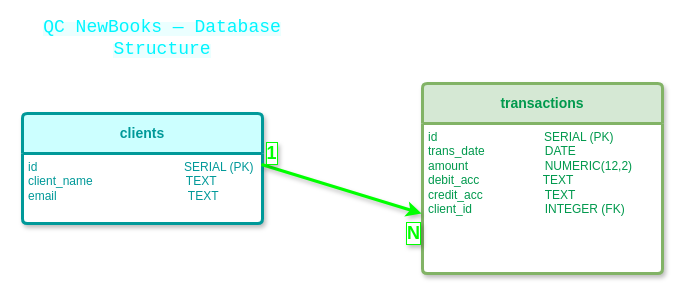
This is page "Part B — ERD" (2 of 2) of QC_NewBooks_Diagrams.drawio from Jen793/diagram-qc-new-books, a draw.io file, before an edit. Source tidied: cells renumbered, new cells numbered last; positions are measured from the earlier drawing's top-left corner, leaving out a move shared by most shapes. Both pictures are drawn from the tidied source at 100%, with x=0, y=0 at pixel (22, 23).
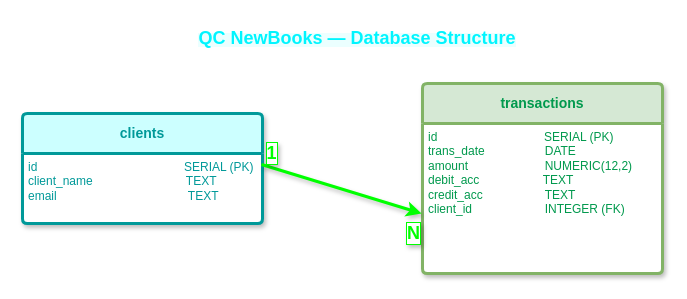
After the change.

Change to the diagram source:
```diff
@@
 <mxGraphModel>
   <root>
     <mxCell id="0" />
     <mxCell id="1" parent="0" />
-    <mxCell id="2" value="&lt;span style=&quot;color: rgb(0, 245, 255); font-family: &amp;quot;Share Tech Mono&amp;quot;, monospace; background-color: rgba(0, 245, 255, 0.08);&quot;&gt;&lt;font style=&quot;font-size: 18px;&quot;&gt;QC NewBooks — Database Structure&lt;/font&gt;&lt;/span&gt;" style="text;html=1;whiteSpace=wrap;strokeColor=none;fillColor=none;align=center;verticalAlign=middle;rounded=0;" parent="1" vertex="1">
-      <mxGeometry x="10" width="260" height="30" as="geometry" />
+    <mxCell id="2" value="&lt;span style=&quot;color: rgb(0, 245, 255); background-color: rgba(0, 245, 255, 0.08);&quot;&gt;&lt;font style=&quot;font-size: 18px;&quot; face=&quot;Helvetica&quot;&gt;&lt;b&gt;QC NewBooks — Database Structure&lt;/b&gt;&lt;/font&gt;&lt;/span&gt;" style="text;html=1;whiteSpace=wrap;strokeColor=none;fillColor=none;align=center;verticalAlign=middle;rounded=0;" parent="1" vertex="1">
+      <mxGeometry x="120" width="430" height="30" as="geometry" />
     </mxCell>
     <mxCell id="3" value="&lt;b&gt;&lt;font style=&quot;color: rgb(0, 153, 77);&quot;&gt;transactions&lt;/font&gt;&lt;/b&gt;" style="swimlane;horizontal=1;startSize=40;rounded=1;fontSize=14;fontStyle=0;strokeWidth=3;shadow=1;dashed=0;align=center;arcSize=4;whiteSpace=wrap;html=1;fillColor=#d5e8d4;strokeColor=#82b366;glass=0;swimlaneLine=1;gradientColor=none;swimlaneFillColor=light-dark(#FFFFFF,#EDEDED);" parent="1" vertex="1">
       <mxGeometry x="400" y="60" width="240" height="190" as="geometry" />
     </mxCell>
     <mxCell id="4" value="&lt;div&gt;&lt;font style=&quot;background-color: light-dark(#ffffff, var(--ge-dark-color, #121212)); color: rgb(0, 153, 77);&quot;&gt;id&amp;nbsp; &amp;nbsp; &amp;nbsp; &amp;nbsp; &amp;nbsp; &amp;nbsp; &amp;nbsp; &amp;nbsp; &amp;nbsp; &amp;nbsp; &amp;nbsp; &amp;nbsp; &amp;nbsp; &amp;nbsp; &amp;nbsp; &amp;nbsp; SERIAL (PK)&lt;/font&gt;&lt;/div&gt;&lt;div&gt;&lt;font style=&quot;background-color: light-dark(#ffffff, var(--ge-dark-color, #121212)); color: rgb(0, 153, 77);&quot;&gt;trans_date&amp;nbsp; &amp;nbsp; &amp;nbsp; &amp;nbsp; &amp;nbsp; &amp;nbsp; &amp;nbsp; &amp;nbsp; &amp;nbsp; DATE&lt;/font&gt;&lt;/div&gt;&lt;div&gt;&lt;font style=&quot;background-color: light-dark(#ffffff, var(--ge-dark-color, #121212)); color: rgb(0, 153, 77);&quot;&gt;amount&amp;nbsp; &amp;nbsp; &amp;nbsp; &amp;nbsp; &amp;nbsp; &amp;nbsp; &amp;nbsp; &amp;nbsp; &amp;nbsp; &amp;nbsp; &amp;nbsp; &amp;nbsp;NUMERIC(12,2)&lt;/font&gt;&lt;/div&gt;&lt;div&gt;&lt;font style=&quot;background-color: light-dark(#ffffff, var(--ge-dark-color, #121212)); color: rgb(0, 153, 77);&quot;&gt;debit_acc&amp;nbsp; &amp;nbsp; &amp;nbsp; &amp;nbsp; &amp;nbsp; &amp;nbsp; &amp;nbsp; &amp;nbsp; &amp;nbsp; &amp;nbsp;TEXT&lt;/font&gt;&lt;/div&gt;&lt;div&gt;&lt;font style=&quot;background-color: light-dark(#ffffff, var(--ge-dark-color, #121212)); color: rgb(0, 153, 77);&quot;&gt;credit_acc&amp;nbsp;&lt;span style=&quot;white-space: pre;&quot;&gt;&#9;&lt;/span&gt;&lt;span style=&quot;white-space: pre;&quot;&gt;&#9;&lt;/span&gt;&amp;nbsp; &amp;nbsp;TEXT&amp;nbsp;&lt;/font&gt;&lt;/div&gt;&lt;div&gt;&lt;font style=&quot;background-color: light-dark(#ffffff, var(--ge-dark-color, #121212)); color: rgb(0, 153, 77);&quot;&gt;client_id&lt;span style=&quot;white-space: pre;&quot;&gt;&#9;&lt;/span&gt;&lt;span style=&quot;white-space: pre;&quot;&gt;&#9;&lt;/span&gt;&lt;span style=&quot;white-space: pre;&quot;&gt;&#9;&lt;/span&gt;&amp;nbsp; &amp;nbsp;INTEGER (FK)&lt;/font&gt;&lt;/div&gt;" style="align=left;strokeColor=none;fillColor=none;spacingLeft=4;spacingRight=4;fontSize=12;verticalAlign=top;html=1;whiteSpace=wrap;" parent="3" vertex="1">
       <mxGeometry y="40" width="240" height="150" as="geometry" />
     </mxCell>
     <mxCell id="5" value="&lt;font style=&quot;color: rgb(0, 153, 153);&quot;&gt;&lt;b style=&quot;&quot;&gt;clients&lt;/b&gt;&lt;/font&gt;" style="swimlane;horizontal=1;startSize=40;rounded=1;fontSize=14;fontStyle=0;strokeWidth=3;shadow=1;dashed=0;align=center;arcSize=4;whiteSpace=wrap;html=1;fillColor=light-dark(#CCFFFF,#1F2F1E);strokeColor=#009999;glass=0;swimlaneLine=1;gradientColor=none;swimlaneFillColor=light-dark(#FFFFFF,#CCFFFF);" parent="1" vertex="1">
       <mxGeometry y="90" width="240" height="110" as="geometry" />
     </mxCell>
     <mxCell id="6" value="&lt;div&gt;&lt;font style=&quot;color: rgb(0, 153, 153); background-color: light-dark(#ffffff, var(--ge-dark-color, #121212));&quot;&gt;id&amp;nbsp; &amp;nbsp; &amp;nbsp; &amp;nbsp; &amp;nbsp; &amp;nbsp; &amp;nbsp; &amp;nbsp; &amp;nbsp; &amp;nbsp; &amp;nbsp; &amp;nbsp; &amp;nbsp; &amp;nbsp; &amp;nbsp; &amp;nbsp; &amp;nbsp; &amp;nbsp; &amp;nbsp; &amp;nbsp; &amp;nbsp; &amp;nbsp; SERIAL (PK)&lt;/font&gt;&lt;/div&gt;&lt;div&gt;&lt;font style=&quot;color: rgb(0, 153, 153); background-color: light-dark(#ffffff, var(--ge-dark-color, #121212));&quot;&gt;client_name&amp;nbsp; &amp;nbsp; &amp;nbsp; &amp;nbsp; &amp;nbsp; &amp;nbsp; &amp;nbsp; &amp;nbsp; &amp;nbsp; &amp;nbsp; &amp;nbsp; &amp;nbsp; &amp;nbsp; &amp;nbsp; TEXT&lt;/font&gt;&lt;/div&gt;&lt;div&gt;&lt;font style=&quot;color: rgb(0, 153, 153); background-color: light-dark(#ffffff, var(--ge-dark-color, #121212));&quot;&gt;email&lt;span style=&quot;white-space: pre;&quot;&gt;&#9;&lt;/span&gt;&lt;span style=&quot;white-space: pre;&quot;&gt;&#9;&lt;/span&gt;&amp;nbsp; &amp;nbsp; &amp;nbsp; &amp;nbsp; &amp;nbsp; &amp;nbsp; &amp;nbsp; &amp;nbsp; &amp;nbsp; &amp;nbsp; &amp;nbsp; &amp;nbsp; TEXT&amp;nbsp;&lt;/font&gt;&lt;/div&gt;" style="align=left;strokeColor=none;fillColor=none;spacingLeft=4;spacingRight=4;fontSize=12;verticalAlign=top;html=1;whiteSpace=wrap;rounded=1;glass=1;" parent="5" vertex="1">
       <mxGeometry y="40" width="240" height="70" as="geometry" />
     </mxCell>
     <mxCell id="7" style="shape=table;startSize=0;childLayout=tableLayout;rowLines=0;fontStyle=0;align=center;strokeColor=none;fillColor=none;" parent="5" vertex="1">
       <mxGeometry y="110" width="240" as="geometry" />
     </mxCell>
     <mxCell id="8" style="rounded=0;jettySize=auto;html=1;entryX=-0.004;entryY=0.6;entryDx=0;entryDy=0;entryPerimeter=0;strokeWidth=3;exitX=0.996;exitY=0.157;exitDx=0;exitDy=0;exitPerimeter=0;fontColor=#00FF00;strokeColor=#00FF00;shadow=1;" parent="1" edge="1" source="6" target="4">
       <mxGeometry relative="1" as="geometry" />
     </mxCell>
     <mxCell id="9" value="&lt;font style=&quot;font-size: 18px;&quot;&gt;1&lt;/font&gt;" style="edgeLabel;html=1;align=center;verticalAlign=middle;fontStyle=1;fontColor=#00FF00;labelBorderColor=#00FF00;textShadow=1;" parent="8" vertex="1">
       <mxGeometry x="-0.72" y="-2" relative="1" as="geometry">
         <mxPoint x="-12" y="-20" as="offset" />
       </mxGeometry>
     </mxCell>
     <mxCell id="10" value="&lt;span style=&quot;font-size: 18px;&quot;&gt;&lt;b&gt;N&lt;/b&gt;&lt;/span&gt;" style="edgeLabel;html=1;align=center;verticalAlign=middle;fontColor=#00FF00;labelBorderColor=#00FF00;textShadow=1;" parent="8" vertex="1">
       <mxGeometry x="0.57" y="4" relative="1" as="geometry">
         <mxPoint x="25" y="34" as="offset" />
       </mxGeometry>
     </mxCell>
   </root>
 </mxGraphModel>
```
